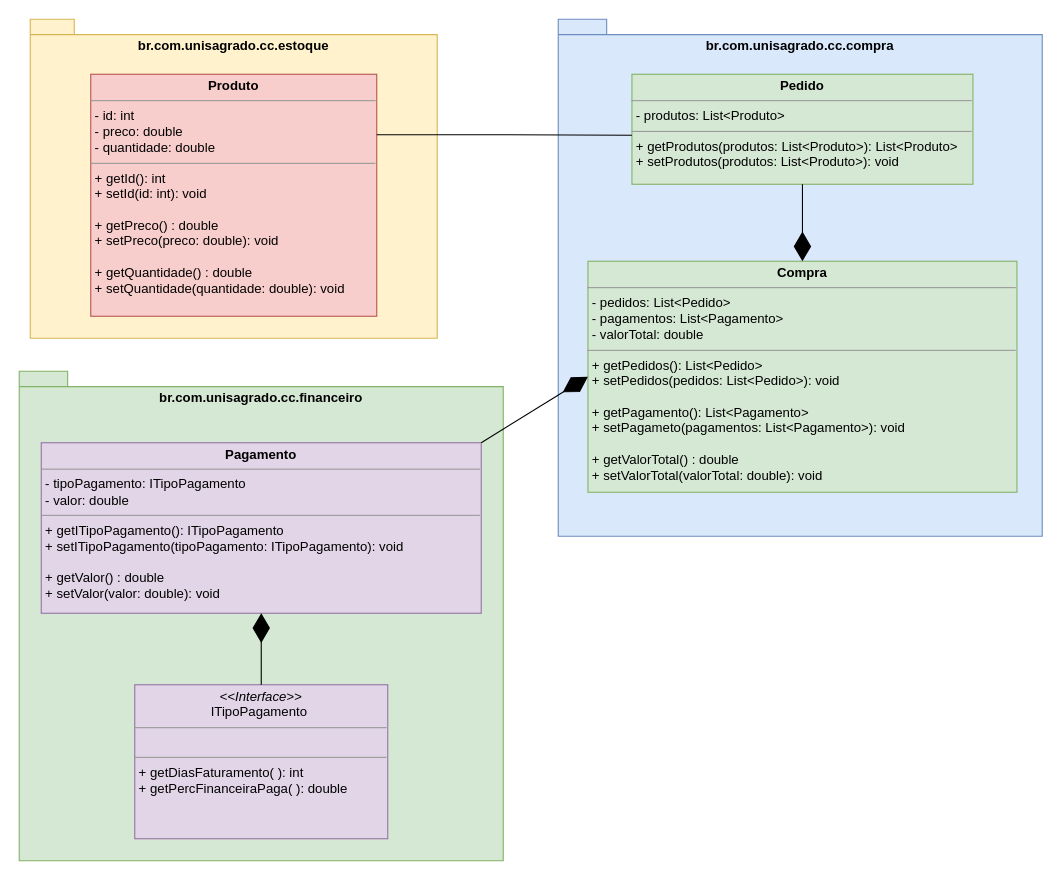
Above: Conversão de Java para Diagrama de Classes.drawio in UnisagradoWorks/engenharia-software (draw.io), before the change. Source tidied: cells renumbered, new cells numbered last; positions are measured from the earlier drawing's top-left corner, leaving out a move shared by most shapes. Both pictures are drawn from the tidied source at 110%, with x=0, y=0 at pixel (19, 19).
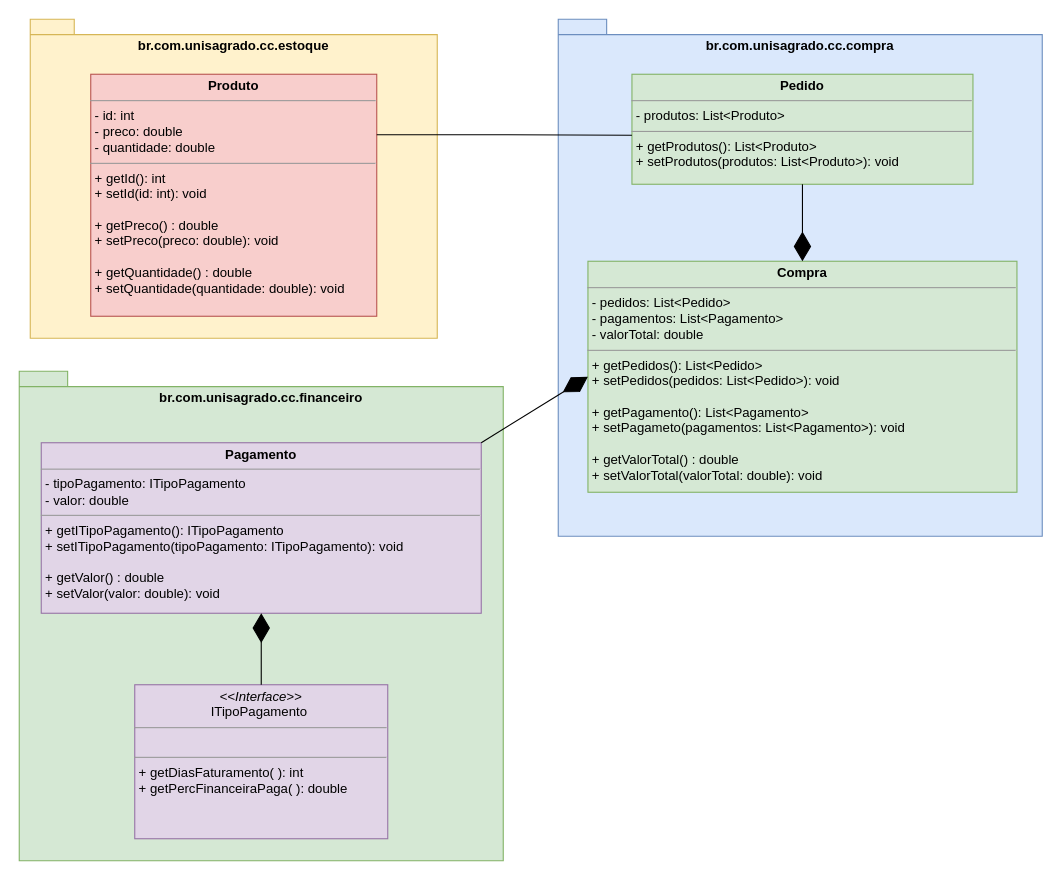
After the change.

Commit message:
ajustes getters e setters

The edit, as a diff of the source:
```diff
@@
 <mxGraphModel>
   <root>
     <mxCell id="0" />
     <mxCell id="1" parent="0" />
     <mxCell id="2" value="br.com.unisagrado.cc.estoque" style="shape=folder;fontStyle=1;spacingTop=10;tabWidth=40;tabHeight=14;tabPosition=left;html=1;whiteSpace=wrap;verticalAlign=top;fillColor=#fff2cc;strokeColor=#d6b656;" parent="1" vertex="1">
       <mxGeometry x="10" width="370" height="290" as="geometry" />
     </mxCell>
     <mxCell id="3" value="&lt;p style=&quot;margin:0px;margin-top:4px;text-align:center;&quot;&gt;&lt;b&gt;Produto&lt;/b&gt;&lt;/p&gt;&lt;hr size=&quot;1&quot;&gt;&lt;p style=&quot;margin:0px;margin-left:4px;&quot;&gt;- id: int&lt;/p&gt;&lt;p style=&quot;margin:0px;margin-left:4px;&quot;&gt;- preco: double&lt;/p&gt;&lt;p style=&quot;margin:0px;margin-left:4px;&quot;&gt;- quantidade: double&lt;/p&gt;&lt;hr size=&quot;1&quot;&gt;&lt;p style=&quot;margin:0px;margin-left:4px;&quot;&gt;+ getId(): int&lt;/p&gt;&lt;p style=&quot;margin:0px;margin-left:4px;&quot;&gt;+ setId(id: int): void&lt;/p&gt;&lt;p style=&quot;margin:0px;margin-left:4px;&quot;&gt;&lt;br&gt;&lt;/p&gt;&lt;p style=&quot;margin:0px;margin-left:4px;&quot;&gt;+ getPreco() : double&amp;nbsp;&lt;/p&gt;&lt;p style=&quot;margin:0px;margin-left:4px;&quot;&gt;&lt;span style=&quot;background-color: initial;&quot;&gt;+ setPreco(preco: double): void&lt;/span&gt;&lt;/p&gt;&lt;p style=&quot;margin:0px;margin-left:4px;&quot;&gt;&lt;br&gt;&lt;/p&gt;&lt;p style=&quot;margin:0px;margin-left:4px;&quot;&gt;+ getQuantidade() : double&lt;/p&gt;&lt;p style=&quot;margin:0px;margin-left:4px;&quot;&gt;&lt;span style=&quot;background-color: initial;&quot;&gt;+ setQuantidade(quantidade: double): void&lt;/span&gt;&lt;/p&gt;" style="verticalAlign=top;align=left;overflow=fill;fontSize=12;fontFamily=Helvetica;html=1;whiteSpace=wrap;fillColor=#f8cecc;strokeColor=#b85450;" parent="1" vertex="1">
       <mxGeometry x="65" y="50" width="260" height="220" as="geometry" />
     </mxCell>
     <mxCell id="4" style="group;" parent="1" vertex="1">
       <mxGeometry y="320" width="440" height="445" as="geometry" />
     </mxCell>
     <mxCell id="5" value="br.com.unisagrado.cc.financeiro" style="shape=folder;fontStyle=1;spacingTop=10;tabWidth=40;tabHeight=14;tabPosition=left;html=1;whiteSpace=wrap;verticalAlign=top;fillColor=#d5e8d4;strokeColor=#82b366;" parent="4" vertex="1">
       <mxGeometry width="440" height="445" as="geometry" />
     </mxCell>
     <mxCell id="6" value="&lt;p style=&quot;margin:0px;margin-top:4px;text-align:center;&quot;&gt;&lt;b&gt;Pagamento&lt;/b&gt;&lt;/p&gt;&lt;hr size=&quot;1&quot;&gt;&lt;p style=&quot;margin:0px;margin-left:4px;&quot;&gt;- tipoPagamento: ITipoPagamento&lt;/p&gt;&lt;p style=&quot;margin:0px;margin-left:4px;&quot;&gt;- valor: double&lt;/p&gt;&lt;hr size=&quot;1&quot;&gt;&lt;p style=&quot;margin:0px;margin-left:4px;&quot;&gt;+ getITipoPagamento(): ITipoPagamento&lt;/p&gt;&lt;p style=&quot;margin:0px;margin-left:4px;&quot;&gt;+ setITipoPagamento(tipoPagamento: ITipoPagamento): void&lt;/p&gt;&lt;p style=&quot;margin:0px;margin-left:4px;&quot;&gt;&lt;br&gt;&lt;/p&gt;&lt;p style=&quot;margin:0px;margin-left:4px;&quot;&gt;+ getValor() : double&amp;nbsp;&lt;/p&gt;&lt;p style=&quot;margin:0px;margin-left:4px;&quot;&gt;&lt;span style=&quot;background-color: initial;&quot;&gt;+ setValor(valor: double): void&lt;/span&gt;&lt;/p&gt;" style="verticalAlign=top;align=left;overflow=fill;fontSize=12;fontFamily=Helvetica;html=1;whiteSpace=wrap;fillColor=#e1d5e7;strokeColor=#9673a6;" parent="4" vertex="1">
       <mxGeometry x="20" y="65" width="400" height="155" as="geometry" />
     </mxCell>
     <mxCell id="7" value="&lt;p style=&quot;margin:0px;margin-top:4px;text-align:center;&quot;&gt;&lt;i&gt;&amp;lt;&amp;lt;Interface&amp;gt;&amp;gt;&lt;/i&gt;&lt;br&gt;ITipoPagamento&lt;b&gt;&amp;nbsp;&lt;/b&gt;&lt;/p&gt;&lt;hr size=&quot;1&quot;&gt;&lt;p style=&quot;margin:0px;margin-left:4px;&quot;&gt;&lt;br&gt;&lt;/p&gt;&lt;hr size=&quot;1&quot;&gt;&lt;p style=&quot;margin:0px;margin-left:4px;&quot;&gt;+ getDiasFaturamento( ): int&lt;br&gt;+ getPercFinanceiraPaga( ): double&lt;/p&gt;" style="verticalAlign=top;align=left;overflow=fill;fontSize=12;fontFamily=Helvetica;html=1;whiteSpace=wrap;fillColor=#e1d5e7;strokeColor=#9673a6;" parent="4" vertex="1">
       <mxGeometry x="105" y="285" width="230" height="140" as="geometry" />
     </mxCell>
     <mxCell id="8" style="endArrow=diamondThin;endFill=1;endSize=24;html=1;rounded=0;exitX=0.5;exitY=0;exitDx=0;exitDy=0;entryX=0.5;entryY=1;entryDx=0;entryDy=0;" parent="4" edge="1" source="7" target="6">
       <mxGeometry relative="1" as="geometry" />
     </mxCell>
     <mxCell id="9" style="group;" parent="1" vertex="1">
       <mxGeometry x="490" width="440" height="470" as="geometry" />
     </mxCell>
     <mxCell id="10" value="br.com.unisagrado.cc.compra" style="shape=folder;fontStyle=1;spacingTop=10;tabWidth=40;tabHeight=14;tabPosition=left;html=1;whiteSpace=wrap;verticalAlign=top;fillColor=#dae8fc;strokeColor=#6c8ebf;" parent="9" vertex="1">
       <mxGeometry width="440" height="470" as="geometry" />
     </mxCell>
-    <mxCell id="11" value="&lt;p style=&quot;margin:0px;margin-top:4px;text-align:center;&quot;&gt;&lt;b&gt;Pedido&lt;/b&gt;&lt;/p&gt;&lt;hr size=&quot;1&quot;&gt;&lt;p style=&quot;margin:0px;margin-left:4px;&quot;&gt;- produtos: List&amp;lt;Produto&amp;gt;&lt;/p&gt;&lt;hr size=&quot;1&quot;&gt;&lt;p style=&quot;margin:0px;margin-left:4px;&quot;&gt;+ getProdutos(produtos: List&amp;lt;Produto&amp;gt;): List&amp;lt;Produto&amp;gt;&amp;nbsp;&lt;/p&gt;&lt;p style=&quot;margin:0px;margin-left:4px;&quot;&gt;+ setProdutos(produtos: List&amp;lt;Produto&amp;gt;): void&lt;/p&gt;&lt;p style=&quot;margin:0px;margin-left:4px;&quot;&gt;&lt;br&gt;&lt;/p&gt;" style="verticalAlign=top;align=left;overflow=fill;fontSize=12;fontFamily=Helvetica;html=1;whiteSpace=wrap;fillColor=#d5e8d4;strokeColor=#82b366;" parent="9" vertex="1">
+    <mxCell id="11" value="&lt;p style=&quot;margin:0px;margin-top:4px;text-align:center;&quot;&gt;&lt;b&gt;Pedido&lt;/b&gt;&lt;/p&gt;&lt;hr size=&quot;1&quot;&gt;&lt;p style=&quot;margin:0px;margin-left:4px;&quot;&gt;- produtos: List&amp;lt;Produto&amp;gt;&lt;/p&gt;&lt;hr size=&quot;1&quot;&gt;&lt;p style=&quot;margin:0px;margin-left:4px;&quot;&gt;+ getProdutos(): List&amp;lt;Produto&amp;gt;&amp;nbsp;&lt;/p&gt;&lt;p style=&quot;margin:0px;margin-left:4px;&quot;&gt;+ setProdutos(produtos: List&amp;lt;Produto&amp;gt;): void&lt;/p&gt;&lt;p style=&quot;margin:0px;margin-left:4px;&quot;&gt;&lt;br&gt;&lt;/p&gt;" style="verticalAlign=top;align=left;overflow=fill;fontSize=12;fontFamily=Helvetica;html=1;whiteSpace=wrap;fillColor=#d5e8d4;strokeColor=#82b366;" parent="9" vertex="1">
       <mxGeometry x="67" y="50" width="310" height="100" as="geometry" />
     </mxCell>
     <mxCell id="12" value="&lt;p style=&quot;margin:0px;margin-top:4px;text-align:center;&quot;&gt;&lt;b&gt;Compra&lt;/b&gt;&lt;/p&gt;&lt;hr size=&quot;1&quot;&gt;&lt;p style=&quot;margin:0px;margin-left:4px;&quot;&gt;- pedidos: List&amp;lt;Pedido&amp;gt;&lt;/p&gt;&lt;p style=&quot;margin:0px;margin-left:4px;&quot;&gt;- pagamentos: List&amp;lt;Pagamento&amp;gt;&lt;/p&gt;&lt;p style=&quot;margin:0px;margin-left:4px;&quot;&gt;- valorTotal: double&lt;/p&gt;&lt;hr size=&quot;1&quot;&gt;&lt;p style=&quot;border-color: var(--border-color); margin: 0px 0px 0px 4px;&quot;&gt;+ getPedidos(): List&amp;lt;Pedido&amp;gt;&amp;nbsp;&lt;/p&gt;&lt;p style=&quot;border-color: var(--border-color); margin: 0px 0px 0px 4px;&quot;&gt;+ setPedidos(pedidos: List&amp;lt;Pedido&amp;gt;): void&lt;/p&gt;&lt;p style=&quot;border-color: var(--border-color); margin: 0px 0px 0px 4px;&quot;&gt;&lt;br&gt;&lt;/p&gt;&lt;p style=&quot;border-color: var(--border-color); margin: 0px 0px 0px 4px;&quot;&gt;+ getPagamento(): List&amp;lt;Pagamento&amp;gt;&amp;nbsp;&lt;/p&gt;&lt;p style=&quot;border-color: var(--border-color); margin: 0px 0px 0px 4px;&quot;&gt;+ setPagameto(pagamentos: List&amp;lt;Pagamento&amp;gt;): void&lt;/p&gt;&lt;p style=&quot;margin:0px;margin-left:4px;&quot;&gt;&lt;br&gt;&lt;/p&gt;&lt;p style=&quot;margin:0px;margin-left:4px;&quot;&gt;+ getValorTotal() : double&lt;/p&gt;&lt;p style=&quot;margin:0px;margin-left:4px;&quot;&gt;+ setValorTotal(valorTotal: double): void&lt;/p&gt;" style="verticalAlign=top;align=left;overflow=fill;fontSize=12;fontFamily=Helvetica;html=1;whiteSpace=wrap;fillColor=#d5e8d4;strokeColor=#82b366;" parent="9" vertex="1">
       <mxGeometry x="27" y="220" width="390" height="210" as="geometry" />
     </mxCell>
     <mxCell id="13" style="endArrow=diamondThin;endFill=1;endSize=24;html=1;rounded=0;entryX=0.5;entryY=0;entryDx=0;entryDy=0;" parent="9" edge="1" source="11" target="12">
       <mxGeometry relative="1" as="geometry" />
     </mxCell>
     <mxCell id="14" style="endArrow=diamondThin;endFill=1;endSize=24;html=1;rounded=0;exitX=1;exitY=0;exitDx=0;exitDy=0;" parent="1" edge="1" source="6">
       <mxGeometry relative="1" as="geometry">
         <mxPoint x="517" y="325" as="targetPoint" />
       </mxGeometry>
     </mxCell>
     <mxCell id="15" style="endArrow=none;html=1;edgeStyle=orthogonalEdgeStyle;rounded=0;exitX=1;exitY=0.25;exitDx=0;exitDy=0;entryX=0;entryY=0.555;entryDx=0;entryDy=0;entryPerimeter=0;" parent="1" edge="1" source="3" target="11">
       <mxGeometry relative="1" as="geometry" />
     </mxCell>
   </root>
 </mxGraphModel>
```
